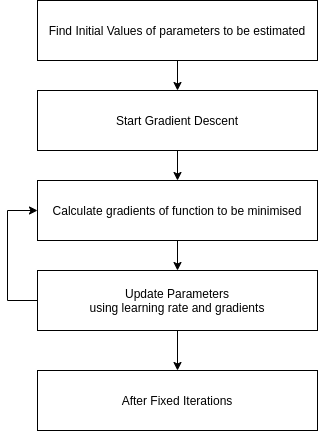
The draw.io diagram images/algo2.png in arpitvaghela/Fatigue-and-Fracture-Modeling-using-Probability, before a commit. Source tidied: cells renumbered, new cells last; positions are measured from the earlier drawing's top-left corner, leaving out a move shared by most shapes. The source it was exported from:
```xml
<mxGraphModel>
  <root>
    <mxCell id="0" />
    <mxCell id="1" parent="0" />
    <mxCell id="2" style="edgeStyle=orthogonalEdgeStyle;rounded=0;jettySize=auto;html=1;exitX=0.5;exitY=1;exitDx=0;exitDy=0;entryX=0.5;entryY=0;entryDx=0;entryDy=0;" parent="1" edge="1" source="3" target="5">
      <mxGeometry relative="1" as="geometry" />
    </mxCell>
    <mxCell id="3" value="Find Initial Values of parameters to be estimated" style="rounded=0;whiteSpace=wrap;html=1;" parent="1" vertex="1">
      <mxGeometry x="30" width="280" height="60" as="geometry" />
    </mxCell>
    <mxCell id="4" style="edgeStyle=orthogonalEdgeStyle;rounded=0;jettySize=auto;html=1;exitX=0.5;exitY=1;exitDx=0;exitDy=0;entryX=0.5;entryY=0;entryDx=0;entryDy=0;" parent="1" edge="1" source="5" target="7">
      <mxGeometry relative="1" as="geometry" />
    </mxCell>
    <mxCell id="5" value="Start Gradient Descent" style="rounded=0;whiteSpace=wrap;html=1;" parent="1" vertex="1">
      <mxGeometry x="30" y="90" width="280" height="60" as="geometry" />
    </mxCell>
    <mxCell id="6" style="edgeStyle=orthogonalEdgeStyle;rounded=0;jettySize=auto;html=1;exitX=0.5;exitY=1;exitDx=0;exitDy=0;entryX=0.5;entryY=0;entryDx=0;entryDy=0;" parent="1" edge="1" source="7" target="10">
      <mxGeometry relative="1" as="geometry" />
    </mxCell>
    <mxCell id="7" value="Calculate gradients of function to be minimised" style="rounded=0;whiteSpace=wrap;html=1;" parent="1" vertex="1">
      <mxGeometry x="30" y="180" width="280" height="60" as="geometry" />
    </mxCell>
    <mxCell id="8" style="edgeStyle=orthogonalEdgeStyle;rounded=0;jettySize=auto;html=1;exitX=0;exitY=0.5;exitDx=0;exitDy=0;entryX=0;entryY=0.5;entryDx=0;entryDy=0;" parent="1" edge="1" source="10" target="7">
      <mxGeometry relative="1" as="geometry">
        <Array as="points">
          <mxPoint y="300" />
          <mxPoint y="210" />
        </Array>
      </mxGeometry>
    </mxCell>
    <mxCell id="9" style="edgeStyle=orthogonalEdgeStyle;rounded=0;jettySize=auto;html=1;exitX=0.5;exitY=1;exitDx=0;exitDy=0;entryX=0.5;entryY=0;entryDx=0;entryDy=0;" parent="1" edge="1" source="10" target="11">
      <mxGeometry relative="1" as="geometry" />
    </mxCell>
    <mxCell id="10" value="Update Parameters&lt;br&gt;using learning rate and gradients" style="rounded=0;whiteSpace=wrap;html=1;" parent="1" vertex="1">
      <mxGeometry x="30" y="270" width="280" height="60" as="geometry" />
    </mxCell>
    <mxCell id="11" value="After Fixed Iterations" style="rounded=0;whiteSpace=wrap;html=1;" parent="1" vertex="1">
      <mxGeometry x="30" y="370" width="280" height="60" as="geometry" />
    </mxCell>
  </root>
</mxGraphModel>
```
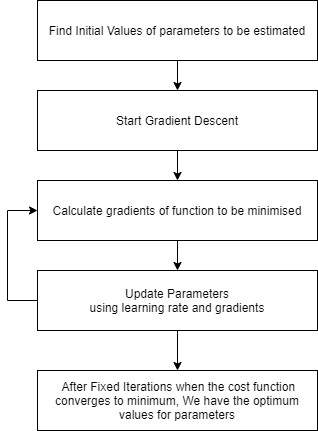
Later version of the same file.

Change to the diagram source:
```diff
@@ -34,7 +34,7 @@
     <mxCell id="10" value="Update Parameters&lt;br&gt;using learning rate and gradients" style="rounded=0;whiteSpace=wrap;html=1;" parent="1" vertex="1">
       <mxGeometry x="30" y="270" width="280" height="60" as="geometry" />
     </mxCell>
-    <mxCell id="11" value="After Fixed Iterations" style="rounded=0;whiteSpace=wrap;html=1;" parent="1" vertex="1">
+    <mxCell id="11" value="&amp;nbsp;After Fixed Iterations when the cost function converges to minimum, We have the optimum values for parameters" style="rounded=0;whiteSpace=wrap;html=1;" parent="1" vertex="1">
       <mxGeometry x="30" y="370" width="280" height="60" as="geometry" />
     </mxCell>
   </root>
```
